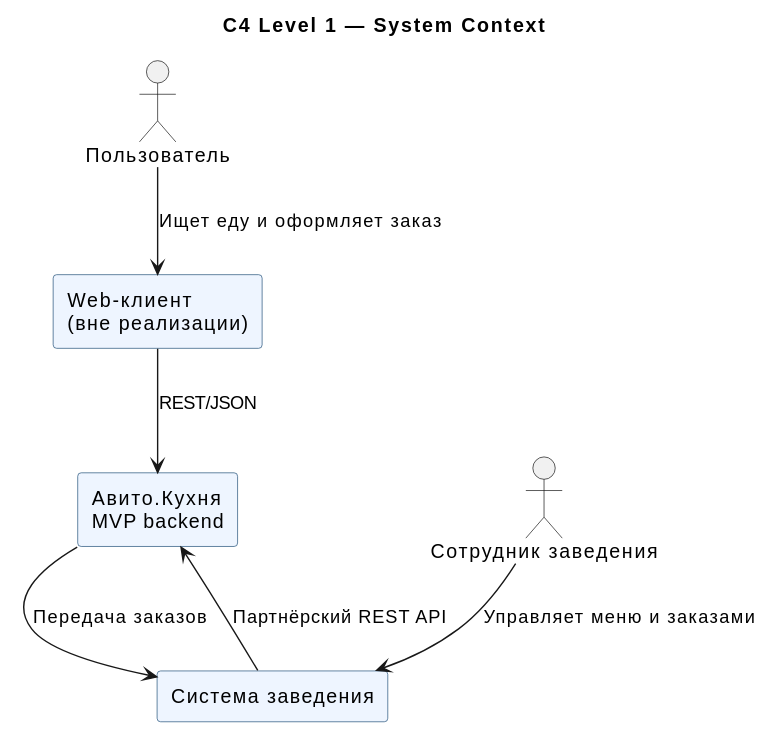
The PlantUML diagram docs/rendered/c4-context.svg in leedcee/restaurant-delivery-microservices, before a commit. Its diagram source:
```plantuml
@startuml
title C4 Level 1 — System Context
skinparam rectangle {
  BackgroundColor #eef5ff
  BorderColor #24527a
}
actor "Пользователь" as user
actor "Сотрудник заведения" as partner
rectangle "Web-клиент\n(вне реализации)" as web
rectangle "Авито.Кухня\nMVP backend" as kitchen
rectangle "Система заведения" as restaurant

user --> web : Ищет еду и оформляет заказ
web --> kitchen : REST/JSON
partner --> restaurant : Управляет меню и заказами
restaurant --> kitchen : Партнёрский REST API
kitchen --> restaurant : Передача заказов
@enduml
```
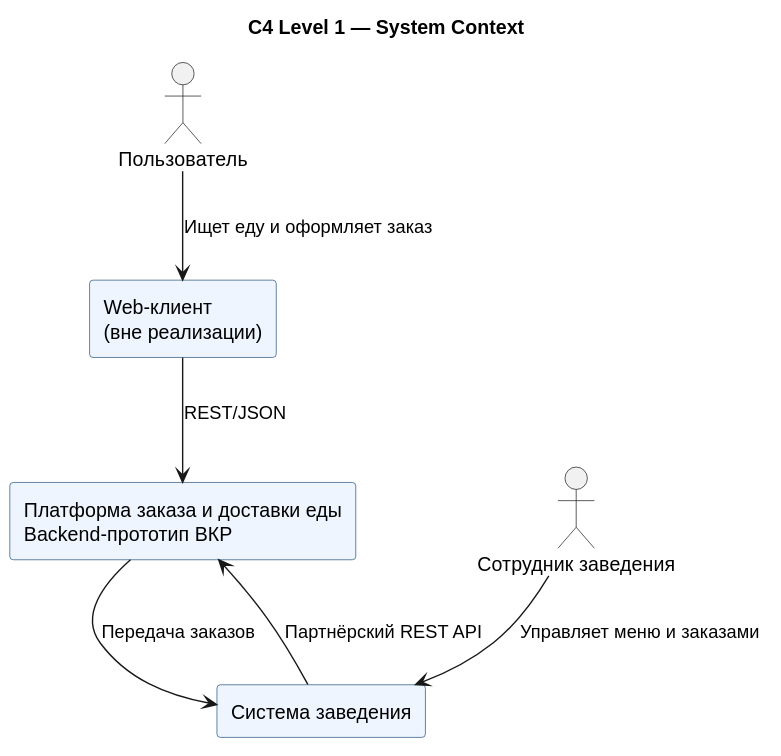
After the change.

Change to the diagram source:
```diff
@@ -7,12 +7,12 @@
 actor "Пользователь" as user
 actor "Сотрудник заведения" as partner
 rectangle "Web-клиент\n(вне реализации)" as web
-rectangle "Авито.Кухня\nMVP backend" as kitchen
+rectangle "Платформа заказа и доставки еды\nBackend-прототип ВКР" as platform
 rectangle "Система заведения" as restaurant
 
 user --> web : Ищет еду и оформляет заказ
-web --> kitchen : REST/JSON
+web --> platform : REST/JSON
 partner --> restaurant : Управляет меню и заказами
-restaurant --> kitchen : Партнёрский REST API
-kitchen --> restaurant : Передача заказов
+restaurant --> platform : Партнёрский REST API
+platform --> restaurant : Передача заказов
 @enduml
```
